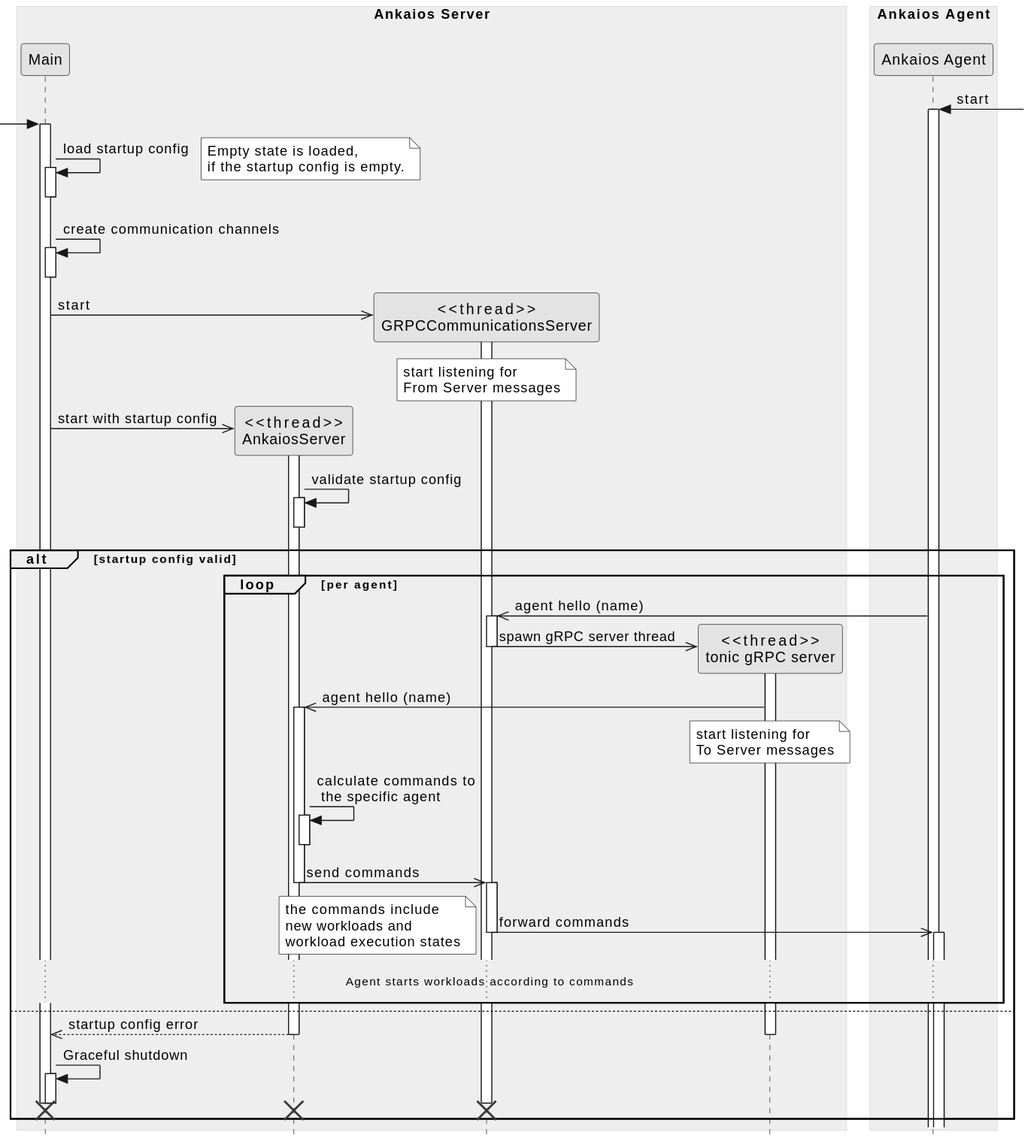
eclipse-ankaios/ankaios keeps this PlantUML diagram as server/doc/swdesign/plantuml/seq_startup.svg. Above is the earlier version.
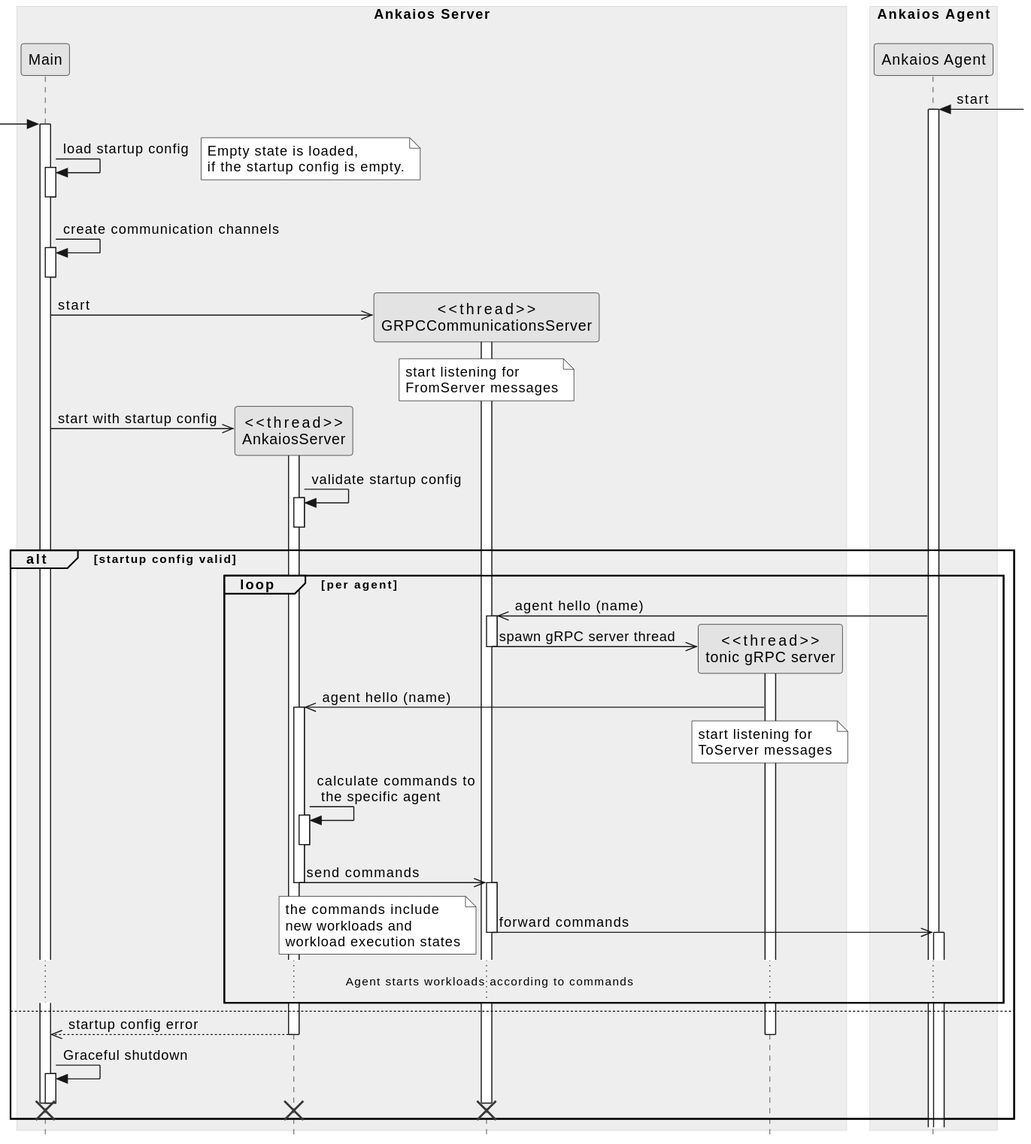
Above is the later version.

Commit message:
Unifying ToServer and FromServer naming

Change to the diagram source:
```diff
@@ -23,7 +23,7 @@
 activate grpc_server
 note over grpc_server
     start listening for
-    From Server messages
+    FromServer messages
 end note
 main ->> server **: start with startup config
 activate server
@@ -39,7 +39,7 @@
     tonic_server ->> server++: agent hello (name)
     note over tonic_server
         start listening for
-        To Server messages
+        ToServer messages
     end note
 
     server -> server ++--: calculate commands to \n the specific agent
```
